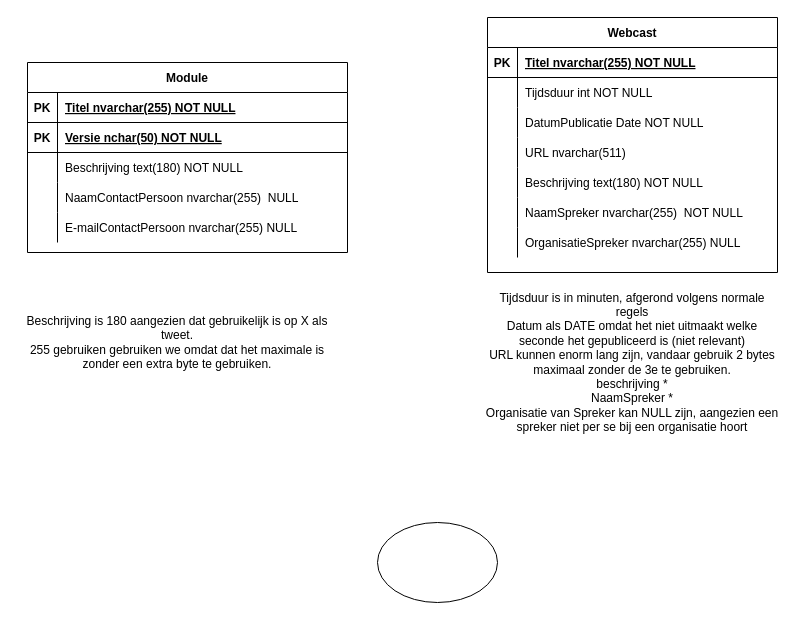
Above: ERD Diagram/ERD-Diagram.drawio in Avans2023-JGKJ/CodeAcademy-JGKJ (draw.io), before the change. Source tidied: cells renumbered, new cells numbered last; positions are measured from the earlier drawing's top-left corner, leaving out a move shared by most shapes. Both pictures are drawn from the tidied source at 100%, with x=0, y=0 at pixel (17, 17).
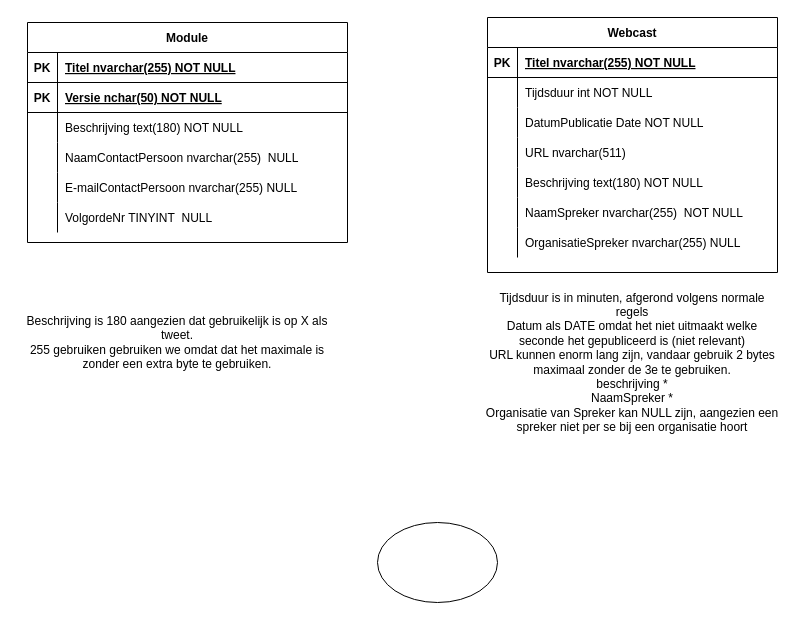
The same diagram, later.

Commit message (it also covers changes not shown here):
Aanmaak ERD-Volledig

Diff of the diagram source:
```diff
@@
     <mxCell id="24" value="Module" style="shape=table;startSize=30;childLayout=tableLayout;rowLines=0;fontStyle=1;align=center;" parent="1" vertex="1">
-      <mxGeometry x="10" y="45" width="320" height="190" as="geometry" />
+      <mxGeometry x="10" y="5" width="320" height="220" as="geometry" />
     </mxCell>
@@
+    <mxCell id="43" style="shape=partialRectangle;fillColor=none;top=0;left=0;right=0;bottom=0;" parent="24" vertex="1">
+      <mxGeometry y="180" width="320" height="30" as="geometry" />
+    </mxCell>
+    <mxCell id="44" style="shape=partialRectangle;overflow=hidden;fillColor=none;top=0;left=0;bottom=0;right=0;" parent="43" vertex="1">
+      <mxGeometry width="30" height="30" as="geometry" />
+    </mxCell>
+    <mxCell id="45" value="VolgordeNr TINYINT  NULL" style="shape=partialRectangle;overflow=hidden;fillColor=none;top=0;left=0;bottom=0;right=0;align=left;spacingLeft=6;" parent="43" vertex="1">
+      <mxGeometry x="30" width="290" height="30" as="geometry" />
+    </mxCell>
```
